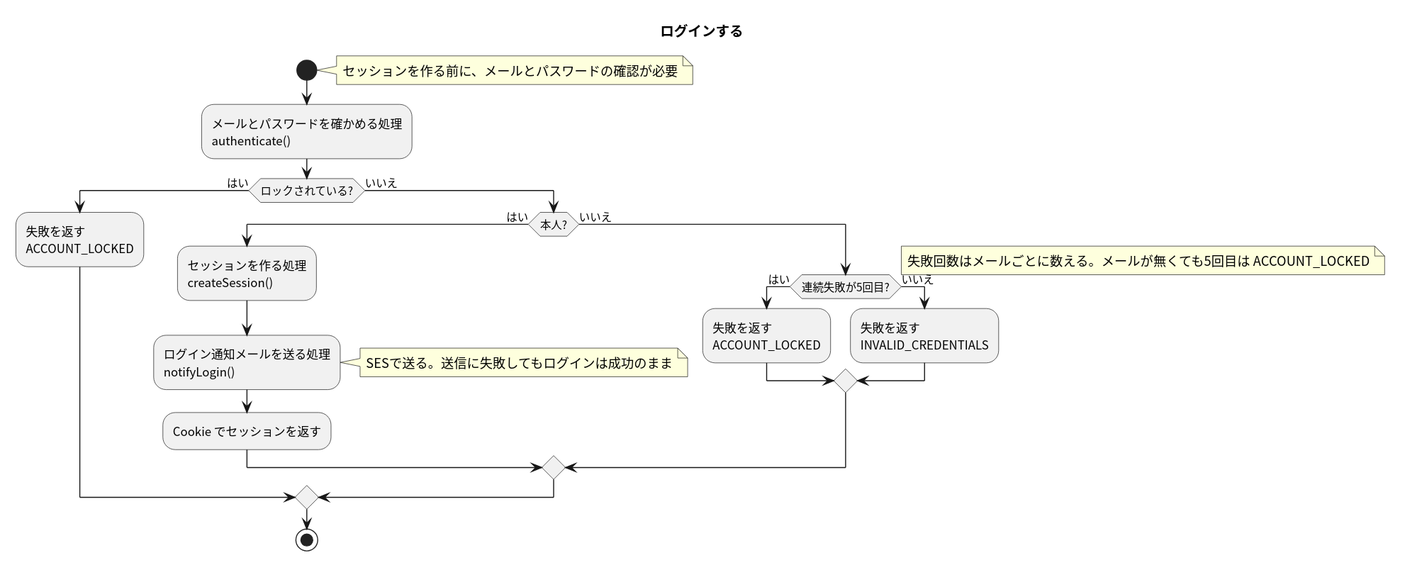
Before: apis/login/flow.svg, a diagram exported from PlantUML (masamasamasato/design-doc-template). Its source is kept beside it as apis/login/flow.puml.
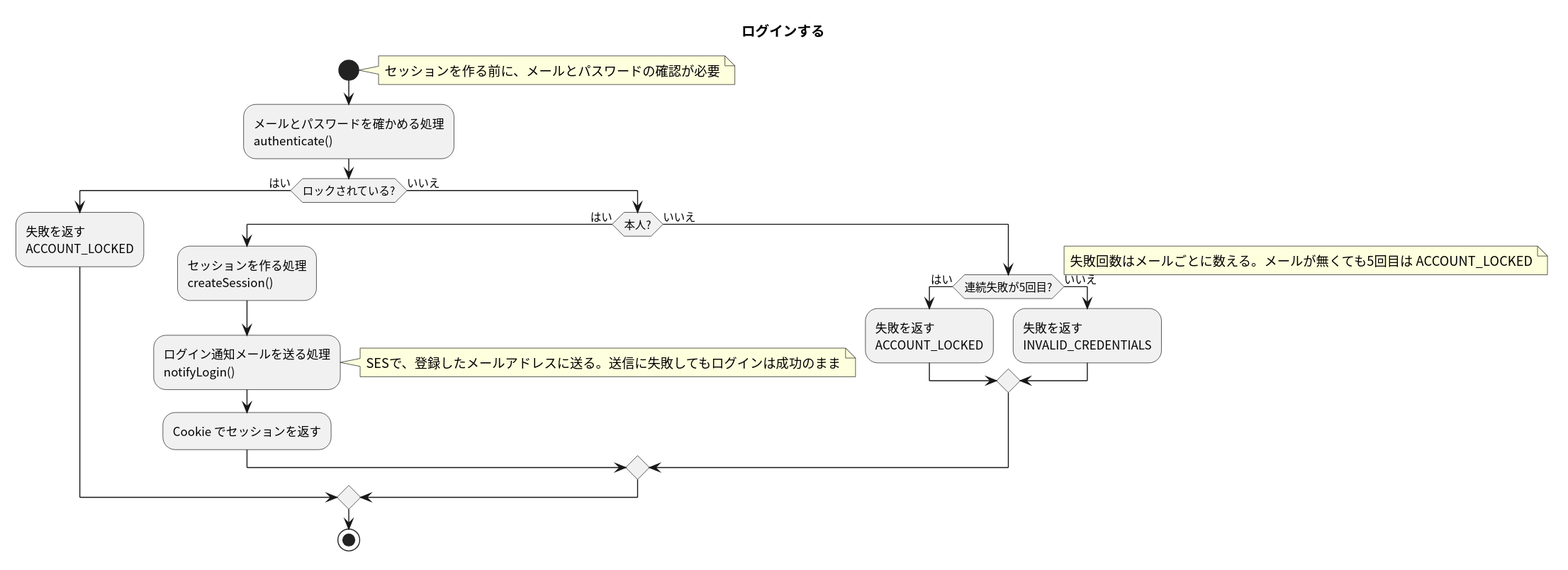
Later version of the same file.

Diff of the diagram source:
```diff
@@ -14,7 +14,7 @@
   if (本人?) then (はい)
     :セッションを作る処理\ncreateSession();
     :ログイン通知メールを送る処理\nnotifyLogin();
-    note right: SESで送る。送信に失敗してもログインは成功のまま
+    note right: SESで、登録したメールアドレスに送る。送信に失敗してもログインは成功のまま
     :Cookie でセッションを返す;
   else (いいえ)
     if (連続失敗が5回目?) then (はい)
```
